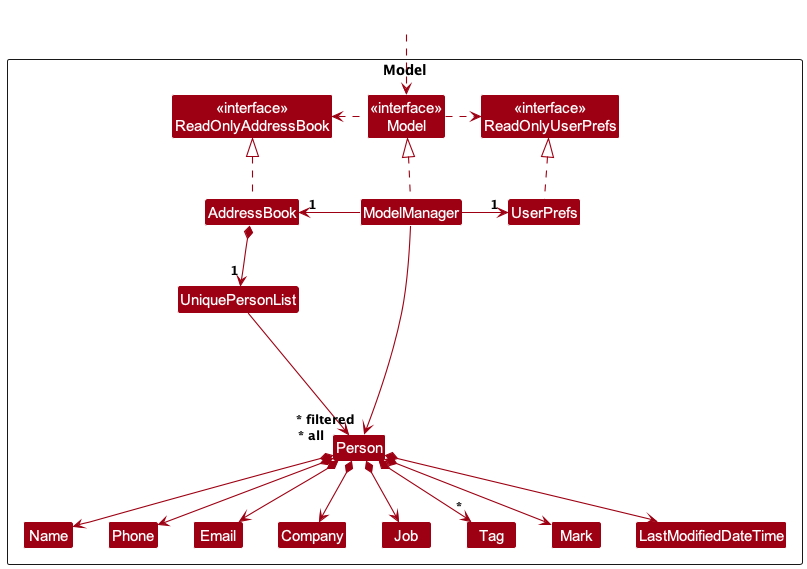
xavierpok/tp keeps this PlantUML diagram as docs/images/ModelClassDiagram.png. Above is the earlier version.
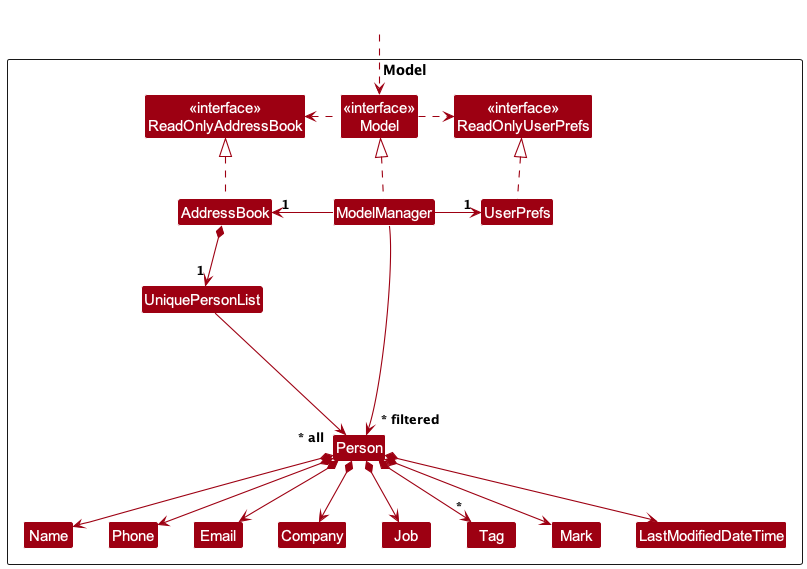
Above is the later version.

Commit message:
add arrow for formatting

Change to the diagram source:
```diff
@@ -51,10 +51,10 @@
 
 Person -[hidden]up--> I
 UniquePersonList -[hidden]right-> I
-
 Name -[hidden]right-> Phone
 Phone -[hidden]right-> Email
 Email -[hidden]right-> Company
 
+ModelManager -[hidden]-> "~* filtered" Person
 ModelManager --> "~* filtered" Person
 @enduml
```
